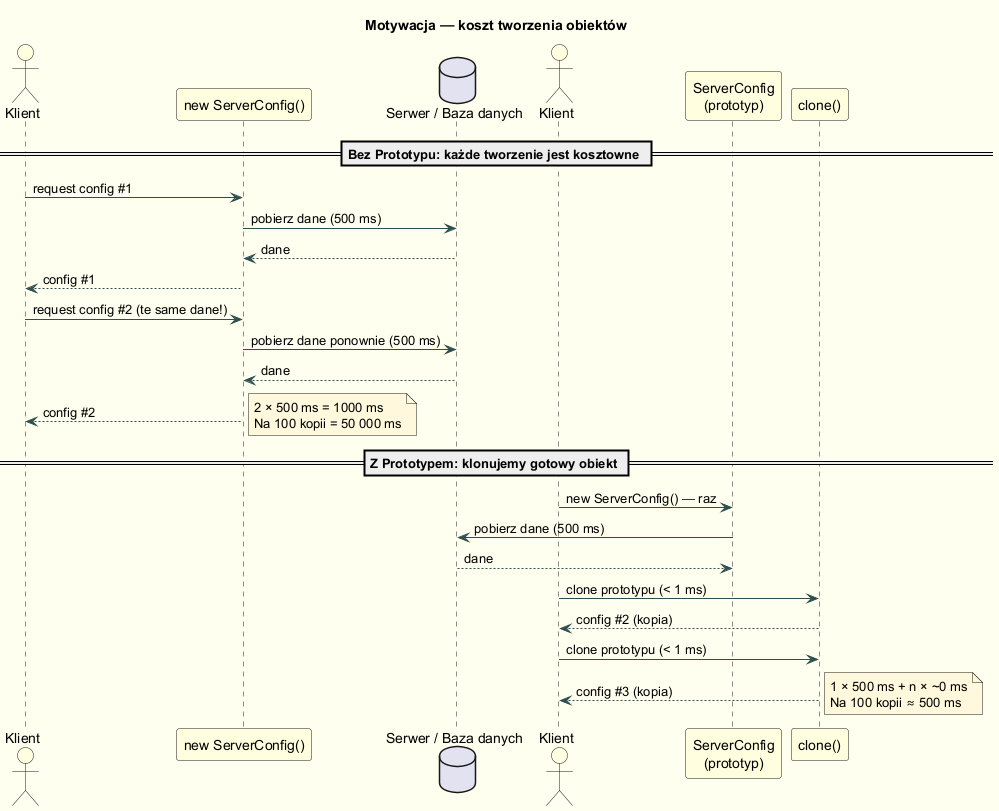
The PlantUML diagram src/04-prototyp/01-motywacja/diagrams/prototype_motivation.png in tborzyszkowski/DesignPatterns, before a commit. Its diagram source:
```plantuml
@startuml prototype_motivation
skinparam backgroundColor #FFFFF0
skinparam sequence {
  BackgroundColor LightYellow
  BorderColor DarkSlateGray
  ArrowColor DarkSlateGray
  ActorBackgroundColor LightYellow
  ParticipantBackgroundColor LightYellow
}
skinparam note {
  BackgroundColor #FFF8DC
}

title Motywacja — koszt tworzenia obiektów

== Bez Prototypu: każde tworzenie jest kosztowne ==

actor Klient
participant "new ServerConfig()" as C1
database "Serwer / Baza danych" as DB

Klient -> C1 : request config #1
C1 -> DB : pobierz dane (500 ms)
DB --> C1 : dane
C1 --> Klient : config #1

Klient -> C1 : request config #2 (te same dane!)
C1 -> DB : pobierz dane ponownie (500 ms)
DB --> C1 : dane
C1 --> Klient : config #2

note right
  2 × 500 ms = 1000 ms
  Na 100 kopii = 50 000 ms
end note

== Z Prototypem: klonujemy gotowy obiekt ==

actor Klient2 as "Klient"
participant "ServerConfig\n(prototyp)" as Proto
participant "clone()" as Clone

Klient2 -> Proto : new ServerConfig() — raz
Proto -> DB : pobierz dane (500 ms)
DB --> Proto : dane

Klient2 -> Clone : clone prototypu (< 1 ms)
Clone --> Klient2 : config #2 (kopia)

Klient2 -> Clone : clone prototypu (< 1 ms)
Clone --> Klient2 : config #3 (kopia)

note right
  1 × 500 ms + n × ~0 ms
  Na 100 kopii ≈ 500 ms
end note

@enduml
```
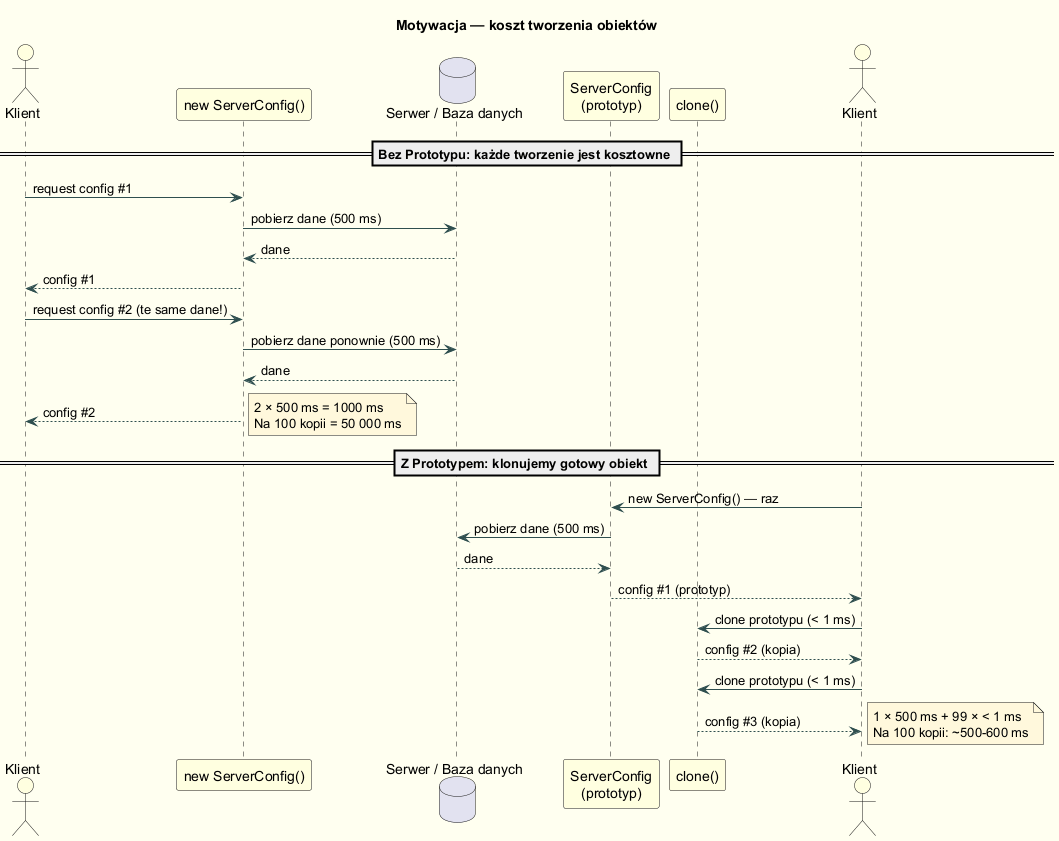
The same file after the commit.

Commit message:
Refactor prototype motivation diagram for clarity and consistency in actor representation

Change to the diagram source:
```diff
@@ -13,21 +13,24 @@
 
 title Motywacja — koszt tworzenia obiektów
 
+actor "Klient" as KlientL
+participant "new ServerConfig()" as C1
+database "Serwer / Baza danych" as DB
+participant "ServerConfig\n(prototyp)" as Proto
+participant "clone()" as Clone
+actor "Klient" as KlientP
+
 == Bez Prototypu: każde tworzenie jest kosztowne ==
 
-actor Klient
-participant "new ServerConfig()" as C1
-database "Serwer / Baza danych" as DB
-
-Klient -> C1 : request config #1
+KlientL -> C1 : request config #1
 C1 -> DB : pobierz dane (500 ms)
 DB --> C1 : dane
-C1 --> Klient : config #1
+C1 --> KlientL : config #1
 
-Klient -> C1 : request config #2 (te same dane!)
+KlientL -> C1 : request config #2 (te same dane!)
 C1 -> DB : pobierz dane ponownie (500 ms)
 DB --> C1 : dane
-C1 --> Klient : config #2
+C1 --> KlientL : config #2
 
 note right
   2 × 500 ms = 1000 ms
@@ -36,23 +39,20 @@
 
 == Z Prototypem: klonujemy gotowy obiekt ==
 
-actor Klient2 as "Klient"
-participant "ServerConfig\n(prototyp)" as Proto
-participant "clone()" as Clone
-
-Klient2 -> Proto : new ServerConfig() — raz
+KlientP -> Proto : new ServerConfig() — raz
 Proto -> DB : pobierz dane (500 ms)
 DB --> Proto : dane
+Proto --> KlientP : config #1 (prototyp)
 
-Klient2 -> Clone : clone prototypu (< 1 ms)
-Clone --> Klient2 : config #2 (kopia)
+KlientP -> Clone : clone prototypu (< 1 ms)
+Clone --> KlientP : config #2 (kopia)
 
-Klient2 -> Clone : clone prototypu (< 1 ms)
-Clone --> Klient2 : config #3 (kopia)
+KlientP -> Clone : clone prototypu (< 1 ms)
+Clone --> KlientP : config #3 (kopia)
 
 note right
-  1 × 500 ms + n × ~0 ms
-  Na 100 kopii ≈ 500 ms
+  1 × 500 ms + 99 × < 1 ms
+  Na 100 kopii: ~500-600 ms
 end note
 
 @enduml
```
